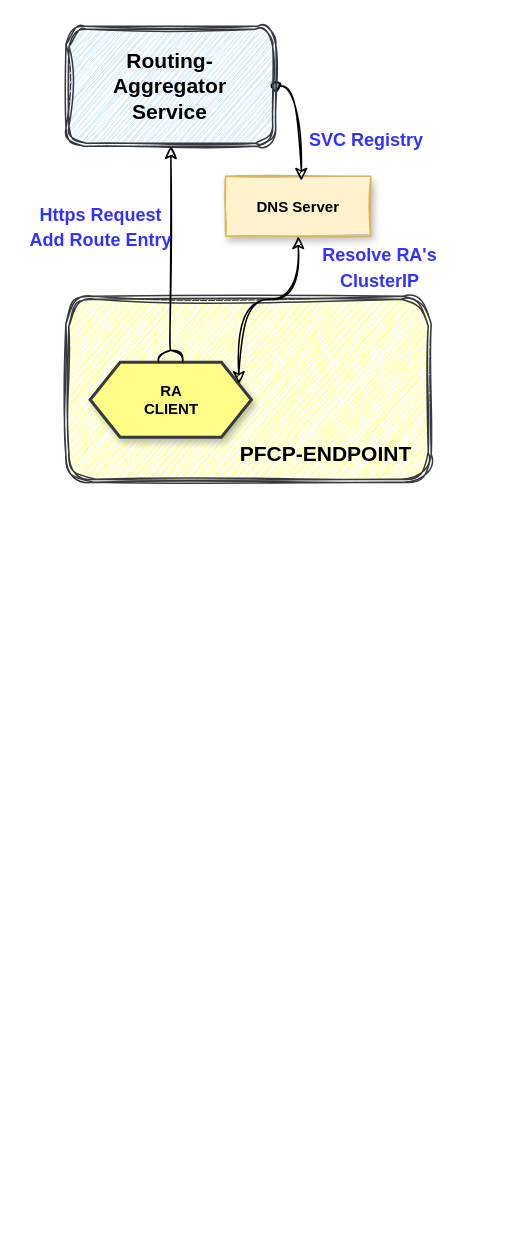
Above: page "RA" (6 of 6) of External_submodule.drawio in SunLucc/Test (draw.io), before the change. Source tidied: cells renumbered, new cells numbered last; positions are measured from the earlier drawing's top-left corner, leaving out a move shared by most shapes. Both pictures are drawn from the tidied source at 150%, with x=0, y=0 at pixel (26, 26).
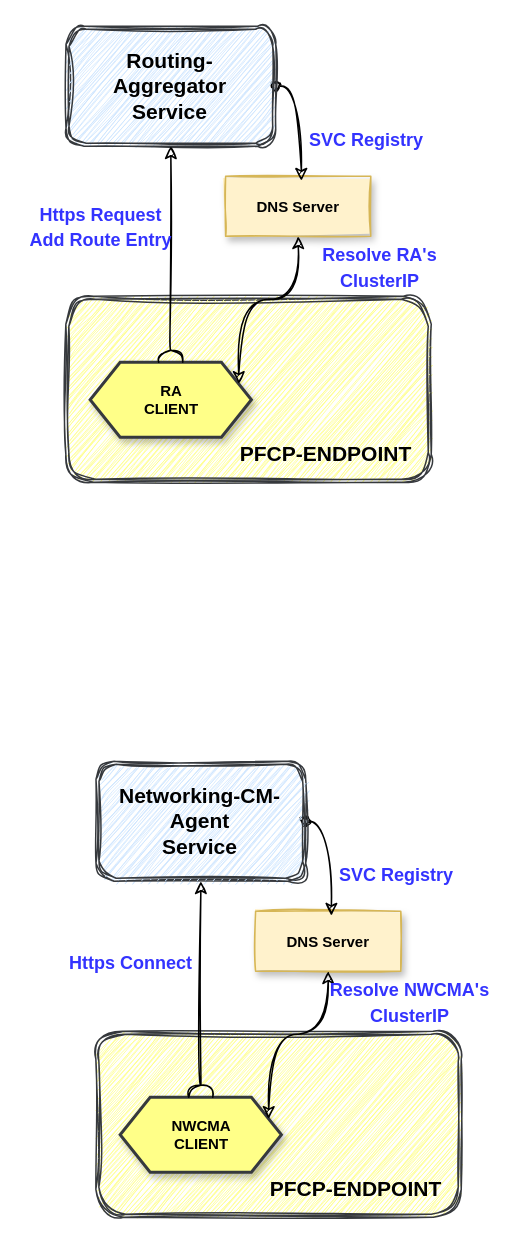
After the change.

Diff of the diagram source:
```diff
@@
+    <mxCell id="15" style="group;" parent="1" vertex="1">
+      <mxGeometry x="20" y="490" width="293.1" height="304" as="geometry" />
+    </mxCell>
+    <mxCell id="16" style="shape=ext;double=1;rounded=1;whiteSpace=wrap;html=1;shadow=0;sketch=1;fillStyle=hachure;fontSize=14;fillColor=#ffff88;curveFitting=1;jiggle=2;strokeColor=#36393d;" parent="15" vertex="1">
+      <mxGeometry x="26.4" y="180" width="243.6" height="124" as="geometry" />
+    </mxCell>
+    <mxCell id="17" value="&lt;b style=&quot;border-color: var(--border-color);&quot;&gt;NWCMA&lt;br style=&quot;border-color: var(--border-color);&quot;&gt;CLIENT&lt;/b&gt;" style="shape=hexagon;perimeter=hexagonPerimeter2;whiteSpace=wrap;html=1;fixedSize=1;fillStyle=solid;fillColor=#ffff88;strokeColor=#36393d;fontSize=10;rounded=0;shadow=1;strokeWidth=2;" parent="15" vertex="1">
+      <mxGeometry x="42.6" y="224" width="107.5" height="50" as="geometry" />
+    </mxCell>
+    <mxCell id="18" value="&lt;b&gt;DNS Server&lt;/b&gt;" style="whiteSpace=wrap;html=1;fontSize=10;fillColor=#fff2cc;strokeColor=#d6b656;fillStyle=solid;rounded=0;shadow=1;sketch=1;" parent="15" vertex="1">
+      <mxGeometry x="132.9" y="100" width="96.8" height="40" as="geometry" />
+    </mxCell>
+    <mxCell id="19" style="edgeStyle=orthogonalEdgeStyle;curved=1;sketch=1;jettySize=auto;html=1;exitX=1;exitY=0.25;exitDx=0;exitDy=0;entryX=0.5;entryY=1;entryDx=0;entryDy=0;fontSize=14;fontColor=#000000;startArrow=classic;startFill=1;endArrow=classic;endFill=1;" parent="15" edge="1" source="17" target="18">
+      <mxGeometry relative="1" as="geometry" />
+    </mxCell>
+    <mxCell id="20" style="edgeStyle=orthogonalEdgeStyle;curved=1;sketch=1;jettySize=auto;html=1;exitX=1;exitY=0.5;exitDx=0;exitDy=0;entryX=0.522;entryY=0.075;entryDx=0;entryDy=0;fontSize=14;fontColor=#000000;startArrow=oval;startFill=0;endArrow=classic;endFill=1;entryPerimeter=0;" parent="15" edge="1" source="21" target="18">
+      <mxGeometry relative="1" as="geometry">
+        <Array as="points">
+          <mxPoint x="183.4" y="40" />
+        </Array>
+      </mxGeometry>
+    </mxCell>
+    <mxCell id="21" style="shape=ext;double=1;rounded=1;whiteSpace=wrap;html=1;shadow=0;sketch=1;fillStyle=hachure;fontSize=14;fillColor=#cce5ff;curveFitting=1;jiggle=2;strokeColor=#36393d;" parent="15" vertex="1">
+      <mxGeometry x="26.5" width="139.8" height="80" as="geometry" />
+    </mxCell>
+    <mxCell id="22" style="edgeStyle=orthogonalEdgeStyle;curved=1;sketch=1;jettySize=auto;html=1;exitX=0.5;exitY=0;exitDx=0;exitDy=0;entryX=0.5;entryY=1;entryDx=0;entryDy=0;fontSize=14;fontColor=#000000;startArrow=halfCircle;startFill=0;endArrow=classic;endFill=1;" parent="15" edge="1" source="17" target="21">
+      <mxGeometry relative="1" as="geometry" />
+    </mxCell>
+    <mxCell id="23" value="&lt;b&gt;PFCP-ENDPOINT&lt;/b&gt;" style="text;html=1;strokeColor=none;fillColor=none;align=center;verticalAlign=middle;whiteSpace=wrap;rounded=0;shadow=0;sketch=1;fillStyle=hachure;fontSize=14;fontColor=#000000;" parent="15" vertex="1">
+      <mxGeometry x="132.9" y="270" width="134.4" height="30" as="geometry" />
+    </mxCell>
+    <mxCell id="24" value="&lt;b&gt;Networking-CM-Agent&lt;/b&gt;&lt;br&gt;&lt;b&gt;Service&lt;/b&gt;" style="text;html=1;strokeColor=none;fillColor=none;align=center;verticalAlign=middle;whiteSpace=wrap;rounded=0;shadow=0;sketch=1;fillStyle=hachure;fontSize=14;fontColor=#000000;" parent="15" vertex="1">
+      <mxGeometry x="29.1" y="25" width="134.4" height="30" as="geometry" />
+    </mxCell>
+    <mxCell id="25" value="&lt;font style=&quot;font-size: 12px;&quot;&gt;SVC Registry&lt;/font&gt;" style="text;html=1;strokeColor=none;fillColor=none;align=center;verticalAlign=middle;whiteSpace=wrap;rounded=0;shadow=0;dashed=0;labelBackgroundColor=none;sketch=0;fillStyle=cross-hatch;fontFamily=Helvetica;fontSize=14;fontColor=#3333FF;fontStyle=1;" parent="15" vertex="1">
+      <mxGeometry x="184" y="60" width="86" height="30" as="geometry" />
+    </mxCell>
+    <mxCell id="26" value="&lt;span style=&quot;font-size: 12px;&quot;&gt;Resolve NWCMA's ClusterIP&lt;/span&gt;" style="text;html=1;strokeColor=none;fillColor=none;align=center;verticalAlign=middle;whiteSpace=wrap;rounded=0;shadow=0;dashed=0;labelBackgroundColor=none;sketch=0;fillStyle=cross-hatch;fontFamily=Helvetica;fontSize=14;fontColor=#3333FF;fontStyle=1;" parent="15" vertex="1">
+      <mxGeometry x="177.5" y="145" width="115.6" height="30" as="geometry" />
+    </mxCell>
+    <mxCell id="27" value="&lt;font style=&quot;font-size: 12px;&quot;&gt;&lt;br&gt;Https Connect&lt;/font&gt;" style="text;html=1;strokeColor=none;fillColor=none;align=center;verticalAlign=middle;whiteSpace=wrap;rounded=0;shadow=0;dashed=0;labelBackgroundColor=none;sketch=0;fillStyle=cross-hatch;fontFamily=Helvetica;fontSize=14;fontColor=#3333FF;fontStyle=1;" parent="15" vertex="1">
+      <mxGeometry y="110" width="100" height="30" as="geometry" />
+    </mxCell>
+    <mxCell id="28" style="edgeStyle=orthogonalEdgeStyle;rounded=0;orthogonalLoop=1;jettySize=auto;html=1;exitX=0.5;exitY=1;exitDx=0;exitDy=0;" parent="15" edge="1" source="27" target="27">
+      <mxGeometry relative="1" as="geometry" />
+    </mxCell>
```
